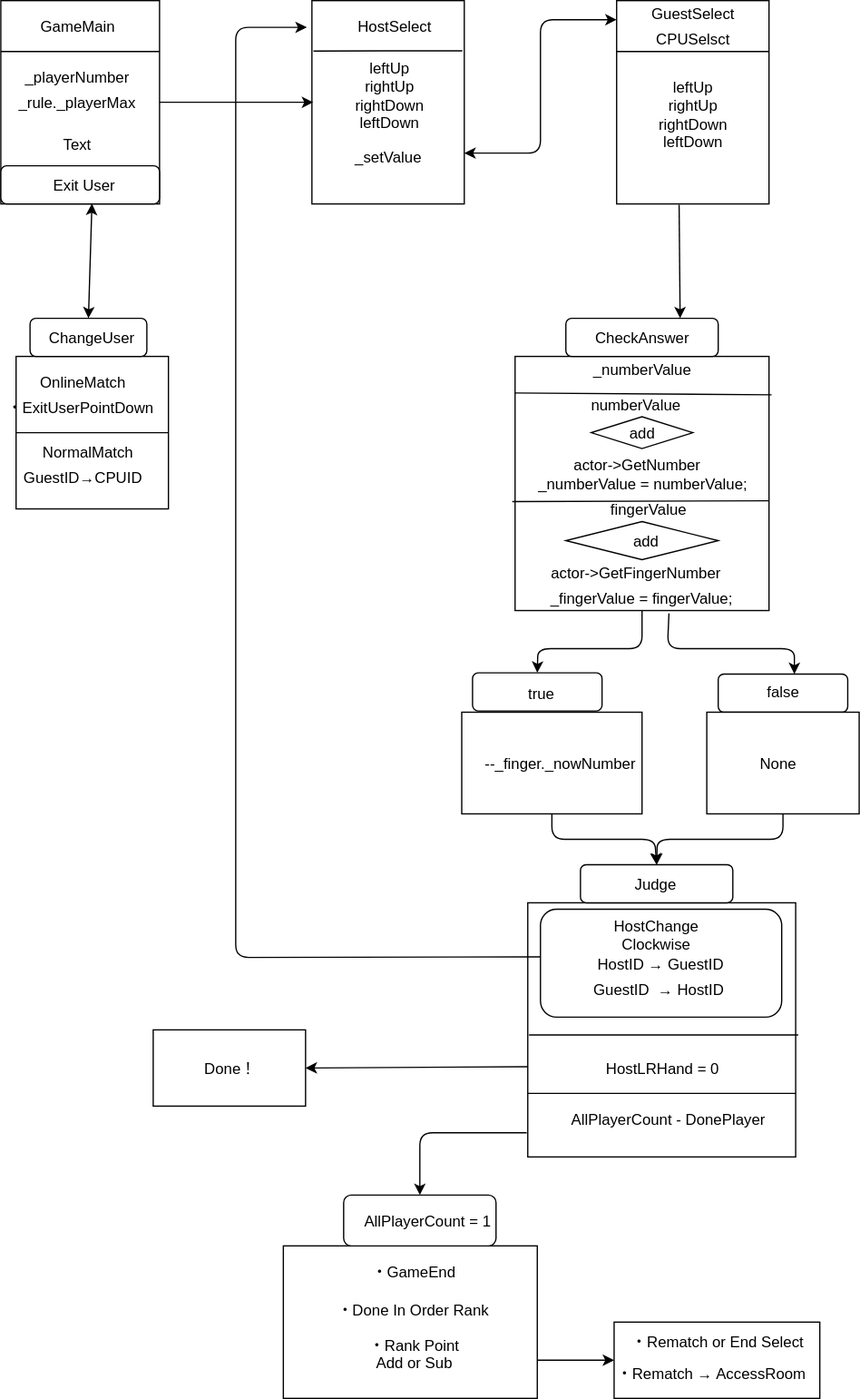
netWork2019WinterMan/netWork2019WinterMan keeps this draw.io diagram as メインクラス図.drawio のコピー.svg. Above is the earlier version. Source tidied: cells renumbered, new cells last; positions are measured from the earlier drawing's top-left corner, leaving out a move shared by most shapes.
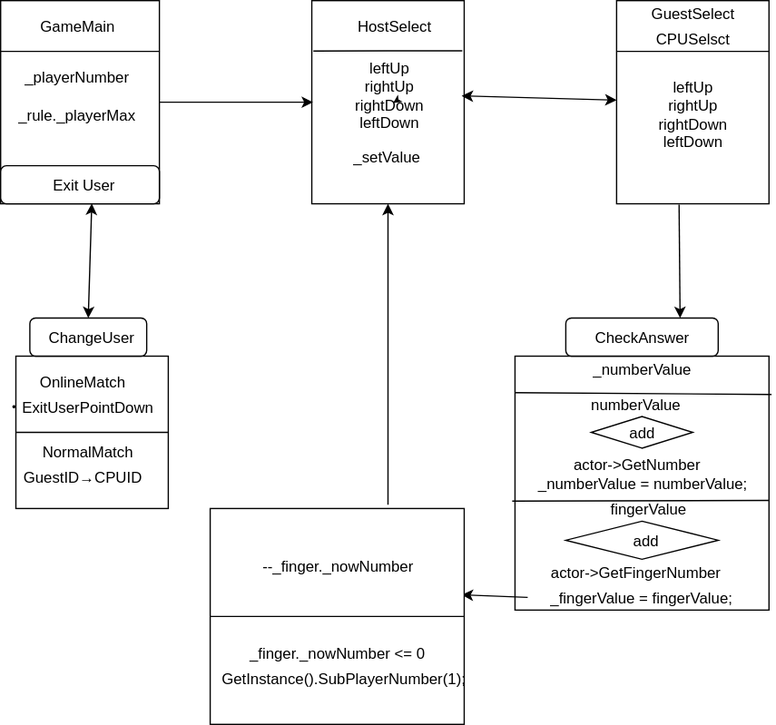
Later version of the same file.

Commit message:
メインクラス図 のコピー.svg

The edit, as a diff of the source:
```diff
@@ -2,9 +2,6 @@
   <root>
     <mxCell id="0" />
     <mxCell id="1" parent="0" />
-    <mxCell id="2" style="rounded=1;whiteSpace=wrap;html=1;" parent="1" vertex="1">
-      <mxGeometry x="425" y="715" width="190" height="60" as="geometry" />
-    </mxCell>
     <mxCell id="3" style="text;html=1;strokeColor=#000000;fillColor=#ffffff;align=center;verticalAlign=middle;whiteSpace=wrap;rounded=0;fontFamily=Helvetica;fontSize=12;fontColor=#000000;" parent="1" vertex="1">
       <mxGeometry x="245" width="120" height="160" as="geometry" />
     </mxCell>
@@ -70,14 +67,6 @@
     <mxCell id="20" value="GuestID→CPUID" style="text;html=1;strokeColor=none;fillColor=none;align=center;verticalAlign=middle;whiteSpace=wrap;rounded=0;" parent="1" vertex="1">
       <mxGeometry x="5" y="365" width="120" height="20" as="geometry" />
     </mxCell>
-    <mxCell id="21" style="endArrow=classic;startArrow=classic;html=1;entryX=0;entryY=0.75;entryDx=0;entryDy=0;exitX=1;exitY=0.75;exitDx=0;exitDy=0;" parent="1" edge="1" source="3" target="12">
-      <mxGeometry relative="1" as="geometry">
-        <Array as="points">
-          <mxPoint x="425" y="120" />
-          <mxPoint x="425" y="15" />
-        </Array>
-      </mxGeometry>
-    </mxCell>
     <mxCell id="22" style="rounded=0;whiteSpace=wrap;html=1;" parent="1" vertex="1">
       <mxGeometry x="405" y="280" width="200" height="200" as="geometry" />
     </mxCell>
@@ -144,162 +133,12 @@
     <mxCell id="43" value="_numberValue" style="text;html=1;strokeColor=none;fillColor=none;align=center;verticalAlign=middle;whiteSpace=wrap;rounded=0;" parent="1" vertex="1">
       <mxGeometry x="437.5" y="280" width="135" height="20" as="geometry" />
     </mxCell>
-    <mxCell id="44" style="rounded=0;whiteSpace=wrap;html=1;" parent="1" vertex="1">
-      <mxGeometry x="363" y="560" width="142" height="80" as="geometry" />
-    </mxCell>
-    <mxCell id="45" style="rounded=1;whiteSpace=wrap;html=1;" parent="1" vertex="1">
-      <mxGeometry x="371.5" y="529" width="102" height="30" as="geometry" />
-    </mxCell>
-    <mxCell id="46" style="rounded=1;whiteSpace=wrap;html=1;" parent="1" vertex="1">
-      <mxGeometry x="565" y="530" width="102" height="30" as="geometry" />
-    </mxCell>
-    <mxCell id="47" style="rounded=0;whiteSpace=wrap;html=1;" parent="1" vertex="1">
-      <mxGeometry x="556" y="560" width="120" height="80" as="geometry" />
-    </mxCell>
-    <mxCell id="48" value="true" style="text;html=1;strokeColor=none;fillColor=none;align=center;verticalAlign=middle;whiteSpace=wrap;rounded=0;" parent="1" vertex="1">
-      <mxGeometry x="405" y="535" width="40" height="20" as="geometry" />
-    </mxCell>
-    <mxCell id="49" value="false" style="text;html=1;strokeColor=none;fillColor=none;align=center;verticalAlign=middle;whiteSpace=wrap;rounded=0;" parent="1" vertex="1">
-      <mxGeometry x="596" y="534" width="40" height="20" as="geometry" />
-    </mxCell>
-    <mxCell id="50" style="endArrow=classic;html=1;entryX=0.5;entryY=0;entryDx=0;entryDy=0;exitX=0.5;exitY=1;exitDx=0;exitDy=0;" parent="1" edge="1" source="22" target="45">
-      <mxGeometry relative="1" as="geometry">
-        <Array as="points">
-          <mxPoint x="505" y="510" />
-          <mxPoint x="423" y="510" />
-        </Array>
-      </mxGeometry>
-    </mxCell>
-    <mxCell id="51" style="endArrow=classic;html=1;entryX=0.588;entryY=0;entryDx=0;entryDy=0;entryPerimeter=0;exitX=0.606;exitY=1.011;exitDx=0;exitDy=0;exitPerimeter=0;" parent="1" edge="1" source="22" target="46">
-      <mxGeometry relative="1" as="geometry">
-        <Array as="points">
-          <mxPoint x="525" y="510" />
-          <mxPoint x="625" y="510" />
-        </Array>
-      </mxGeometry>
-    </mxCell>
-    <mxCell id="52" value="--_finger._nowNumber" style="text;html=1;strokeColor=none;fillColor=none;align=center;verticalAlign=middle;whiteSpace=wrap;rounded=0;" parent="1" vertex="1">
-      <mxGeometry x="375" y="580" width="130" height="40" as="geometry" />
-    </mxCell>
-    <mxCell id="53" value="None" style="text;html=1;strokeColor=none;fillColor=none;align=center;verticalAlign=middle;whiteSpace=wrap;rounded=0;" parent="1" vertex="1">
-      <mxGeometry x="585" y="590" width="55" height="20" as="geometry" />
-    </mxCell>
-    <mxCell id="54" style="rounded=0;whiteSpace=wrap;html=1;" parent="1" vertex="1">
-      <mxGeometry x="415" y="710" width="211" height="200" as="geometry" />
-    </mxCell>
-    <mxCell id="55" style="rounded=1;whiteSpace=wrap;html=1;" parent="1" vertex="1">
-      <mxGeometry x="456.5" y="680" width="120" height="30" as="geometry" />
-    </mxCell>
-    <mxCell id="56" value="Judge" style="text;html=1;strokeColor=none;fillColor=none;align=center;verticalAlign=middle;whiteSpace=wrap;rounded=0;" parent="1" vertex="1">
-      <mxGeometry x="465" y="685" width="100" height="20" as="geometry" />
-    </mxCell>
-    <mxCell id="57" style="endArrow=classic;html=1;exitX=0.5;exitY=1;exitDx=0;exitDy=0;entryX=0.5;entryY=0;entryDx=0;entryDy=0;" parent="1" edge="1" source="44" target="55">
-      <mxGeometry relative="1" as="geometry">
-        <Array as="points">
-          <mxPoint x="434" y="660" />
-          <mxPoint x="515" y="660" />
-        </Array>
-      </mxGeometry>
-    </mxCell>
-    <mxCell id="58" style="endArrow=classic;html=1;entryX=0.5;entryY=0;entryDx=0;entryDy=0;exitX=0.5;exitY=1;exitDx=0;exitDy=0;" parent="1" edge="1" source="47" target="55">
-      <mxGeometry relative="1" as="geometry">
-        <Array as="points">
-          <mxPoint x="616" y="660" />
-          <mxPoint x="517" y="660" />
-        </Array>
-      </mxGeometry>
-    </mxCell>
-    <mxCell id="59" style="rounded=1;whiteSpace=wrap;html=1;" parent="1" vertex="1">
-      <mxGeometry x="425" y="715" width="190" height="85" as="geometry" />
-    </mxCell>
-    <mxCell id="60" value="HostChange&lt;br&gt;Clockwise" style="text;html=1;strokeColor=none;fillColor=none;align=center;verticalAlign=middle;whiteSpace=wrap;rounded=0;" parent="1" vertex="1">
-      <mxGeometry x="451.5" y="725" width="130" height="20" as="geometry" />
-    </mxCell>
-    <mxCell id="61" value="HostID → GuestID" style="text;html=1;strokeColor=none;fillColor=none;align=center;verticalAlign=middle;whiteSpace=wrap;rounded=0;" parent="1" vertex="1">
-      <mxGeometry x="425" y="747.5" width="190" height="20" as="geometry" />
-    </mxCell>
-    <mxCell id="62" value="GuestID&amp;nbsp; → HostID" style="text;html=1;strokeColor=none;fillColor=none;align=center;verticalAlign=middle;whiteSpace=wrap;rounded=0;" parent="1" vertex="1">
-      <mxGeometry x="423" y="767.5" width="190" height="20" as="geometry" />
-    </mxCell>
-    <mxCell id="63" style="endArrow=classic;html=1;exitX=0;exitY=0.25;exitDx=0;exitDy=0;" parent="1" edge="1" source="61">
-      <mxGeometry relative="1" as="geometry">
-        <mxPoint x="241" y="21" as="targetPoint" />
-        <Array as="points">
-          <mxPoint x="185" y="753" />
-          <mxPoint x="185" y="21" />
-        </Array>
-      </mxGeometry>
-    </mxCell>
-    <mxCell id="64" style="endArrow=none;html=1;" parent="1" edge="1">
-      <mxGeometry relative="1" as="geometry">
-        <mxPoint x="416" y="814" as="sourcePoint" />
-        <mxPoint x="628" y="814" as="targetPoint" />
-      </mxGeometry>
-    </mxCell>
-    <mxCell id="65" value="HostLRHand = 0" style="text;html=1;strokeColor=none;fillColor=none;align=center;verticalAlign=middle;whiteSpace=wrap;rounded=0;" parent="1" vertex="1">
-      <mxGeometry x="426" y="830" width="190" height="20" as="geometry" />
-    </mxCell>
-    <mxCell id="66" style="rounded=0;whiteSpace=wrap;html=1;" parent="1" vertex="1">
-      <mxGeometry x="120" y="810" width="120" height="60" as="geometry" />
-    </mxCell>
-    <mxCell id="67" value="Done！" style="text;html=1;strokeColor=none;fillColor=none;align=center;verticalAlign=middle;whiteSpace=wrap;rounded=0;" parent="1" vertex="1">
-      <mxGeometry x="135" y="820" width="90" height="40" as="geometry" />
-    </mxCell>
-    <mxCell id="68" style="endArrow=classic;html=1;exitX=-0.004;exitY=0.905;exitDx=0;exitDy=0;entryX=0.5;entryY=0;entryDx=0;entryDy=0;exitPerimeter=0;" parent="1" edge="1" source="54" target="70">
-      <mxGeometry relative="1" as="geometry">
-        <Array as="points">
-          <mxPoint x="330" y="891" />
-        </Array>
-      </mxGeometry>
-    </mxCell>
-    <mxCell id="69" style="rounded=0;whiteSpace=wrap;html=1;" parent="1" vertex="1">
-      <mxGeometry x="222.5" y="980" width="200" height="120" as="geometry" />
-    </mxCell>
-    <mxCell id="70" style="rounded=1;whiteSpace=wrap;html=1;" parent="1" vertex="1">
-      <mxGeometry x="270" y="940" width="120" height="40" as="geometry" />
-    </mxCell>
-    <mxCell id="71" value="AllPlayerCount = 1" style="text;html=1;strokeColor=none;fillColor=none;align=center;verticalAlign=middle;whiteSpace=wrap;rounded=0;" parent="1" vertex="1">
-      <mxGeometry x="245" y="950" width="180" height="20" as="geometry" />
-    </mxCell>
-    <mxCell id="72" value="AllPlayerCount - DonePlayer" style="text;html=1;strokeColor=none;fillColor=none;align=center;verticalAlign=middle;whiteSpace=wrap;rounded=0;" parent="1" vertex="1">
-      <mxGeometry x="435" y="870" width="180" height="20" as="geometry" />
-    </mxCell>
-    <mxCell id="73" style="endArrow=none;html=1;entryX=1;entryY=0.75;entryDx=0;entryDy=0;exitX=0;exitY=0.75;exitDx=0;exitDy=0;" parent="1" edge="1" source="54" target="54">
-      <mxGeometry relative="1" as="geometry" />
-    </mxCell>
-    <mxCell id="74" style="endArrow=classic;html=1;exitX=0;exitY=0.645;exitDx=0;exitDy=0;exitPerimeter=0;entryX=1;entryY=0.5;entryDx=0;entryDy=0;" parent="1" edge="1" source="54" target="66">
-      <mxGeometry relative="1" as="geometry" />
-    </mxCell>
-    <mxCell id="75" value="・GameEnd" style="text;html=1;strokeColor=none;fillColor=none;align=center;verticalAlign=middle;whiteSpace=wrap;rounded=0;" parent="1" vertex="1">
-      <mxGeometry x="255" y="990" width="140" height="20" as="geometry" />
-    </mxCell>
-    <mxCell id="76" value="・Done In Order Rank" style="text;html=1;strokeColor=none;fillColor=none;align=center;verticalAlign=middle;whiteSpace=wrap;rounded=0;" parent="1" vertex="1">
-      <mxGeometry x="230" y="1020" width="190" height="20" as="geometry" />
-    </mxCell>
-    <mxCell id="77" value="・Rank Point&lt;br&gt;Add or Sub" style="text;html=1;strokeColor=none;fillColor=none;align=center;verticalAlign=middle;whiteSpace=wrap;rounded=0;" parent="1" vertex="1">
-      <mxGeometry x="255" y="1040" width="140" height="50" as="geometry" />
-    </mxCell>
-    <mxCell id="78" style="rounded=0;whiteSpace=wrap;html=1;" parent="1" vertex="1">
-      <mxGeometry x="483" y="1040" width="162" height="60" as="geometry" />
-    </mxCell>
-    <mxCell id="79" style="endArrow=classic;html=1;exitX=1;exitY=0.75;exitDx=0;exitDy=0;entryX=0;entryY=0.5;entryDx=0;entryDy=0;" parent="1" edge="1" source="69" target="78">
-      <mxGeometry relative="1" as="geometry" />
-    </mxCell>
-    <mxCell id="80" value="・Rematch or End Select" style="text;html=1;strokeColor=none;fillColor=none;align=center;verticalAlign=middle;whiteSpace=wrap;rounded=0;" parent="1" vertex="1">
-      <mxGeometry x="485" y="1045" width="160" height="20" as="geometry" />
-    </mxCell>
-    <mxCell id="81" value="・Rematch → AccessRoom" style="text;html=1;strokeColor=none;fillColor=none;align=center;verticalAlign=middle;whiteSpace=wrap;rounded=0;" parent="1" vertex="1">
-      <mxGeometry x="465" y="1070" width="189" height="20" as="geometry" />
-    </mxCell>
     <mxCell id="82" value="_playerNumber" style="text;html=1;strokeColor=none;fillColor=none;align=center;verticalAlign=middle;whiteSpace=wrap;rounded=0;" parent="1" vertex="1">
       <mxGeometry x="5" y="50" width="110" height="20" as="geometry" />
     </mxCell>
     <mxCell id="83" value="_rule._playerMax" style="text;html=1;strokeColor=none;fillColor=none;align=center;verticalAlign=middle;whiteSpace=wrap;rounded=0;" parent="1" vertex="1">
-      <mxGeometry x="5" y="70" width="110" height="20" as="geometry" />
+      <mxGeometry x="5" y="80" width="110" height="20" as="geometry" />
     </mxCell>
-    <mxCell id="84" value="Text" style="text;html=1;strokeColor=none;fillColor=none;align=center;verticalAlign=middle;whiteSpace=wrap;rounded=0;" parent="1" vertex="1">
-      <mxGeometry x="5" y="103" width="110" height="20" as="geometry" />
-    </mxCell>
     <mxCell id="85" value="_setValue" style="text;html=1;strokeColor=none;fillColor=none;align=center;verticalAlign=middle;whiteSpace=wrap;rounded=0;" parent="1" vertex="1">
       <mxGeometry x="255" y="113" width="100" height="20" as="geometry" />
     </mxCell>
@@ -309,5 +148,31 @@
     <mxCell id="87" value="_fingerValue = fingerValue;" style="text;html=1;strokeColor=none;fillColor=none;align=center;verticalAlign=middle;whiteSpace=wrap;rounded=0;" parent="1" vertex="1">
       <mxGeometry x="415" y="460" width="180" height="20" as="geometry" />
     </mxCell>
+    <mxCell id="88" style="endArrow=classic;html=1;exitX=0;exitY=0.5;exitDx=0;exitDy=0;entryX=0.99;entryY=0.4;entryDx=0;entryDy=0;entryPerimeter=0;" parent="1" edge="1" source="87" target="89">
+      <mxGeometry relative="1" as="geometry" />
+    </mxCell>
+    <mxCell id="89" style="rounded=0;whiteSpace=wrap;html=1;" parent="1" vertex="1">
+      <mxGeometry x="165" y="400" width="200" height="170" as="geometry" />
+    </mxCell>
+    <mxCell id="52" value="--_finger._nowNumber" style="text;html=1;strokeColor=none;fillColor=none;align=center;verticalAlign=middle;whiteSpace=wrap;rounded=0;" parent="1" vertex="1">
+      <mxGeometry x="195" y="435" width="140" height="20" as="geometry" />
+    </mxCell>
+    <mxCell id="90" style="endArrow=classic;html=1;" parent="1" edge="1" target="3">
+      <mxGeometry relative="1" as="geometry">
+        <mxPoint x="305" y="397" as="sourcePoint" />
+      </mxGeometry>
+    </mxCell>
+    <mxCell id="91" style="endArrow=none;html=1;entryX=1;entryY=0.5;entryDx=0;entryDy=0;exitX=0;exitY=0.5;exitDx=0;exitDy=0;" parent="1" edge="1" source="89" target="89">
+      <mxGeometry relative="1" as="geometry" />
+    </mxCell>
+    <mxCell id="92" value="_finger._nowNumber &amp;lt;= 0" style="text;html=1;strokeColor=none;fillColor=none;align=center;verticalAlign=middle;whiteSpace=wrap;rounded=0;" parent="1" vertex="1">
+      <mxGeometry x="180" y="504" width="170" height="20" as="geometry" />
+    </mxCell>
+    <mxCell id="93" value="GetInstance().SubPlayerNumber(1);" style="text;html=1;strokeColor=none;fillColor=none;align=center;verticalAlign=middle;whiteSpace=wrap;rounded=0;" parent="1" vertex="1">
+      <mxGeometry x="205" y="524" width="130" height="20" as="geometry" />
+    </mxCell>
+    <mxCell id="94" style="endArrow=classic;startArrow=classic;html=1;exitX=1;exitY=0.5;exitDx=0;exitDy=0;" parent="1" edge="1" source="32" target="10">
+      <mxGeometry relative="1" as="geometry" />
+    </mxCell>
   </root>
 </mxGraphModel>
```
